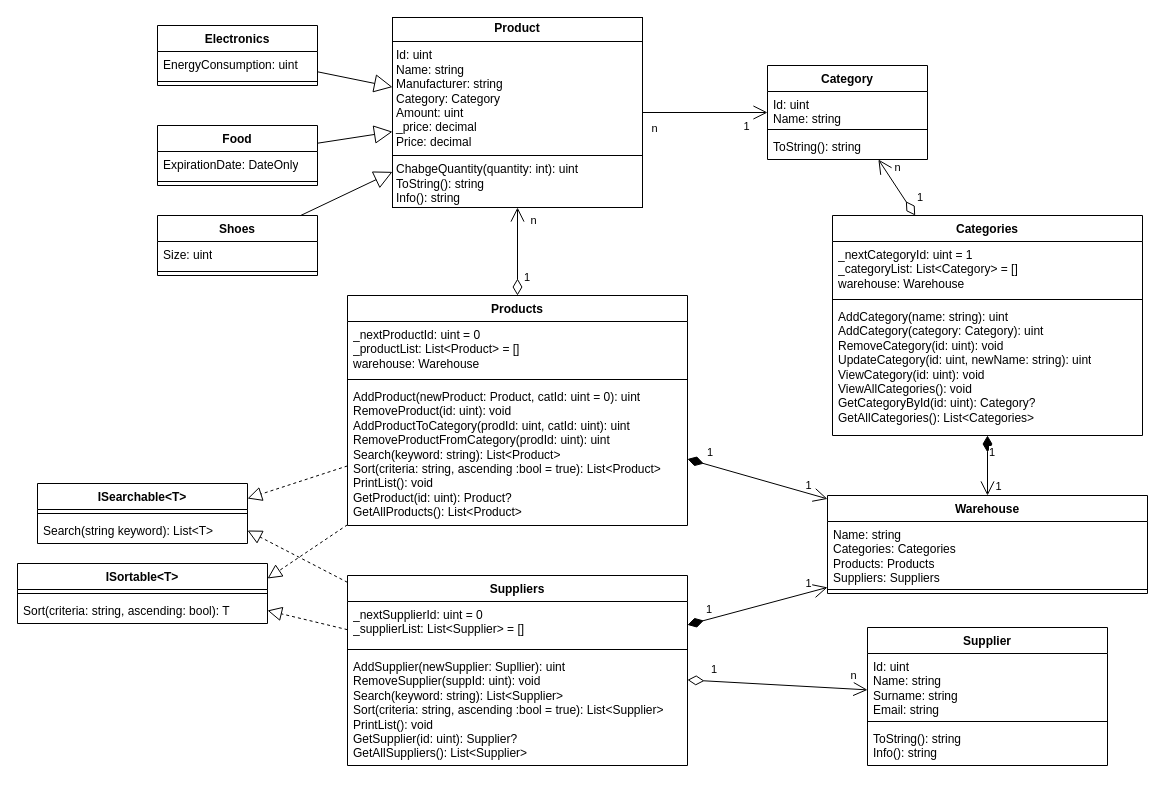
Earlier version of the draw.io diagram lab8.drawio (NIKON-942/lab8). Source tidied: cells renumbered, new cells numbered last; positions are measured from the earlier drawing's top-left corner, leaving out a move shared by most shapes. Both pictures are drawn from the tidied source at 100%, with x=0, y=0 at pixel (17, 17).
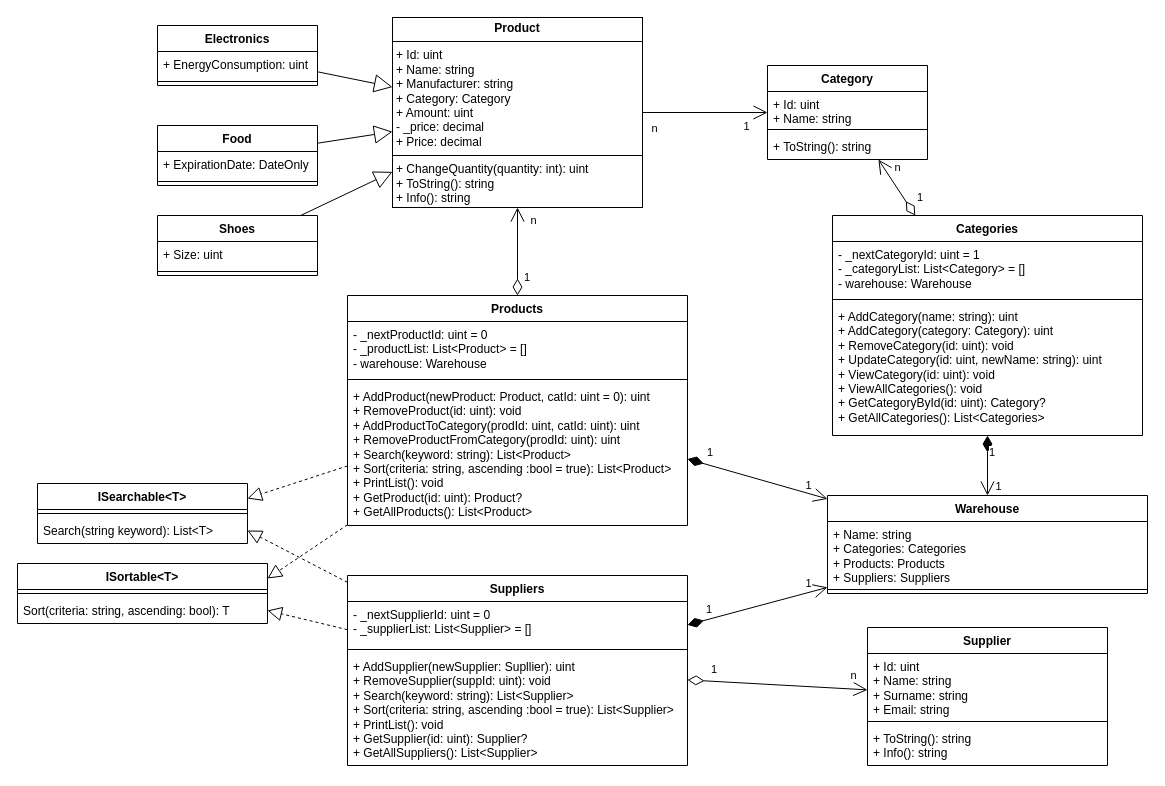
The same diagram, later.

The change refers to these unchanged cells:
```xml
<mxCell id="3" value="Electronics" style="swimlane;fontStyle=1;align=center;verticalAlign=top;horizontal=1;startSize=26;whiteSpace=wrap;html=1;" parent="1" vertex="1">
  <mxGeometry x="140" y="8" width="160" height="60" as="geometry" />
</mxCell>
<mxCell id="6" value="Food" style="swimlane;fontStyle=1;align=center;verticalAlign=top;horizontal=1;startSize=26;whiteSpace=wrap;html=1;" parent="1" vertex="1">
  <mxGeometry x="140" y="108" width="160" height="60" as="geometry" />
</mxCell>
<mxCell id="9" value="Shoes" style="swimlane;fontStyle=1;align=center;verticalAlign=top;horizontal=1;startSize=26;whiteSpace=wrap;html=1;" parent="1" vertex="1">
  <mxGeometry x="140" y="198" width="160" height="60" as="geometry" />
</mxCell>
<mxCell id="15" value="Products" style="swimlane;fontStyle=1;align=center;verticalAlign=top;horizontal=1;startSize=26;whiteSpace=wrap;html=1;" parent="1" vertex="1">
  <mxGeometry x="330" y="278" width="340" height="230" as="geometry" />
</mxCell>
<mxCell id="19" value="Supplier" style="swimlane;fontStyle=1;align=center;verticalAlign=top;horizontal=1;startSize=26;whiteSpace=wrap;html=1;" parent="1" vertex="1">
  <mxGeometry x="850" y="610" width="240" height="138" as="geometry" />
</mxCell>
<mxCell id="29" value="Category" style="swimlane;fontStyle=1;align=center;verticalAlign=top;horizontal=1;startSize=26;whiteSpace=wrap;html=1;" parent="1" vertex="1">
  <mxGeometry x="750" y="48" width="160" height="94" as="geometry" />
</mxCell>
<mxCell id="33" value="Warehouse" style="swimlane;fontStyle=1;align=center;verticalAlign=top;horizontal=1;startSize=26;whiteSpace=wrap;html=1;" parent="1" vertex="1">
  <mxGeometry x="810" y="478" width="320" height="98" as="geometry" />
</mxCell>
<mxCell id="36" value="Suppliers" style="swimlane;fontStyle=1;align=center;verticalAlign=top;horizontal=1;startSize=26;whiteSpace=wrap;html=1;" parent="1" vertex="1">
  <mxGeometry x="330" y="558" width="340" height="190" as="geometry" />
</mxCell>
<mxCell id="55" value="Categories" style="swimlane;fontStyle=1;align=center;verticalAlign=top;horizontal=1;startSize=26;whiteSpace=wrap;html=1;" parent="1" vertex="1">
  <mxGeometry x="815" y="198" width="310" height="220" as="geometry" />
</mxCell>
```

The edit, as a diff of the source:
```diff
@@
-    <mxCell id="2" value="&lt;p style=&quot;margin:0px;margin-top:4px;text-align:center;&quot;&gt;&lt;b&gt;Product&lt;/b&gt;&lt;/p&gt;&lt;hr size=&quot;1&quot; style=&quot;border-style:solid;&quot;&gt;&lt;p style=&quot;margin:0px;margin-left:4px;&quot;&gt;Id: uint&lt;/p&gt;&lt;p style=&quot;margin:0px;margin-left:4px;&quot;&gt;Name: string&lt;/p&gt;&lt;p style=&quot;margin:0px;margin-left:4px;&quot;&gt;Manufacturer: string&lt;/p&gt;&lt;p style=&quot;margin:0px;margin-left:4px;&quot;&gt;Category: Category&lt;br&gt;Amount: uint&lt;/p&gt;&lt;p style=&quot;margin:0px;margin-left:4px;&quot;&gt;_price: decimal&lt;/p&gt;&lt;p style=&quot;margin:0px;margin-left:4px;&quot;&gt;Price: decimal&lt;/p&gt;&lt;hr size=&quot;1&quot; style=&quot;border-style:solid;&quot;&gt;&lt;p style=&quot;margin:0px;margin-left:4px;&quot;&gt;ChabgeQuantity(quantity: int): uint&lt;/p&gt;&lt;p style=&quot;margin:0px;margin-left:4px;&quot;&gt;ToString(): string&lt;/p&gt;&lt;p style=&quot;margin:0px;margin-left:4px;&quot;&gt;Info(): string&lt;/p&gt;" style="verticalAlign=top;align=left;overflow=fill;html=1;whiteSpace=wrap;" parent="1" vertex="1">
+    <mxCell id="2" value="&lt;p style=&quot;margin:0px;margin-top:4px;text-align:center;&quot;&gt;&lt;b&gt;Product&lt;/b&gt;&lt;/p&gt;&lt;hr size=&quot;1&quot; style=&quot;border-style:solid;&quot;&gt;&lt;p style=&quot;margin:0px;margin-left:4px;&quot;&gt;+ Id: uint&lt;/p&gt;&lt;p style=&quot;margin:0px;margin-left:4px;&quot;&gt;+ Name: string&lt;/p&gt;&lt;p style=&quot;margin:0px;margin-left:4px;&quot;&gt;+ Manufacturer: string&lt;/p&gt;&lt;p style=&quot;margin:0px;margin-left:4px;&quot;&gt;+ Category: Category&lt;br&gt;+ Amount: uint&lt;/p&gt;&lt;p style=&quot;margin:0px;margin-left:4px;&quot;&gt;- _price: decimal&lt;/p&gt;&lt;p style=&quot;margin:0px;margin-left:4px;&quot;&gt;+ Price: decimal&lt;/p&gt;&lt;hr size=&quot;1&quot; style=&quot;border-style:solid;&quot;&gt;&lt;p style=&quot;margin:0px;margin-left:4px;&quot;&gt;+ ChangeQuantity(quantity: int): uint&lt;/p&gt;&lt;p style=&quot;margin:0px;margin-left:4px;&quot;&gt;+ ToString(): string&lt;/p&gt;&lt;p style=&quot;margin:0px;margin-left:4px;&quot;&gt;+ Info(): string&lt;/p&gt;" style="verticalAlign=top;align=left;overflow=fill;html=1;whiteSpace=wrap;" parent="1" vertex="1">
       <mxGeometry x="375" width="250" height="190" as="geometry" />
     </mxCell>
@@
-    <mxCell id="4" value="EnergyConsumption: uint" style="text;strokeColor=none;fillColor=none;align=left;verticalAlign=top;spacingLeft=4;spacingRight=4;overflow=hidden;whiteSpace=wrap;html=1;" parent="3" vertex="1">
+    <mxCell id="4" value="+ EnergyConsumption: uint" style="text;strokeColor=none;fillColor=none;align=left;verticalAlign=top;spacingLeft=4;spacingRight=4;overflow=hidden;whiteSpace=wrap;html=1;" parent="3" vertex="1">
       <mxGeometry y="26" width="160" height="26" as="geometry" />
     </mxCell>
@@
-    <mxCell id="7" value="ExpirationDate: DateOnly" style="text;strokeColor=none;fillColor=none;align=left;verticalAlign=top;spacingLeft=4;spacingRight=4;overflow=hidden;whiteSpace=wrap;html=1;" parent="6" vertex="1">
+    <mxCell id="7" value="+ ExpirationDate: DateOnly" style="text;strokeColor=none;fillColor=none;align=left;verticalAlign=top;spacingLeft=4;spacingRight=4;overflow=hidden;whiteSpace=wrap;html=1;" parent="6" vertex="1">
       <mxGeometry y="26" width="160" height="26" as="geometry" />
     </mxCell>
@@
-    <mxCell id="10" value="Size: uint" style="text;strokeColor=none;fillColor=none;align=left;verticalAlign=top;spacingLeft=4;spacingRight=4;overflow=hidden;whiteSpace=wrap;html=1;" parent="9" vertex="1">
+    <mxCell id="10" value="+ Size: uint" style="text;strokeColor=none;fillColor=none;align=left;verticalAlign=top;spacingLeft=4;spacingRight=4;overflow=hidden;whiteSpace=wrap;html=1;" parent="9" vertex="1">
       <mxGeometry y="26" width="160" height="26" as="geometry" />
     </mxCell>
@@
-    <mxCell id="16" value="&lt;div&gt;_nextProductId: uint = 0&lt;/div&gt;_productList: List&amp;lt;Product&amp;gt; = []&lt;div&gt;warehouse: Warehouse&lt;/div&gt;" style="text;strokeColor=none;fillColor=none;align=left;verticalAlign=top;spacingLeft=4;spacingRight=4;overflow=hidden;whiteSpace=wrap;html=1;" parent="15" vertex="1">
+    <mxCell id="16" value="&lt;div&gt;- _nextProductId: uint = 0&lt;/div&gt;- _productList: List&amp;lt;Product&amp;gt; = []&lt;div&gt;- warehouse: Warehouse&lt;/div&gt;" style="text;strokeColor=none;fillColor=none;align=left;verticalAlign=top;spacingLeft=4;spacingRight=4;overflow=hidden;whiteSpace=wrap;html=1;" parent="15" vertex="1">
       <mxGeometry y="26" width="340" height="54" as="geometry" />
     </mxCell>
@@
-    <mxCell id="18" value="&lt;div&gt;AddProduct(newProduct: Product, catId: uint = 0): uint&lt;/div&gt;&lt;div&gt;RemoveProduct(id: uint): void&lt;/div&gt;&lt;div&gt;AddProductToCategory(prodId: uint, catId: uint): uint&lt;/div&gt;&lt;div&gt;RemoveProductFromCategory(prodId: uint): uint&lt;/div&gt;Search(keyword: string): List&amp;lt;Product&amp;gt;&lt;div&gt;Sort(criteria: string, ascending :bool = true):&amp;nbsp;&lt;span style=&quot;background-color: transparent; color: light-dark(rgb(0, 0, 0), rgb(255, 255, 255));&quot;&gt;List&amp;lt;Product&amp;gt;&lt;/span&gt;&lt;/div&gt;&lt;div&gt;PrintList(): void&lt;/div&gt;&lt;div&gt;GetProduct(id: uint): Product?&lt;/div&gt;&lt;div&gt;GetAllProducts(): List&amp;lt;Product&amp;gt;&lt;/div&gt;" style="text;strokeColor=none;fillColor=none;align=left;verticalAlign=top;spacingLeft=4;spacingRight=4;overflow=hidden;whiteSpace=wrap;html=1;" parent="15" vertex="1">
+    <mxCell id="18" value="&lt;div&gt;+ AddProduct(newProduct: Product, catId: uint = 0): uint&lt;/div&gt;&lt;div&gt;+ RemoveProduct(id: uint): void&lt;/div&gt;&lt;div&gt;+ AddProductToCategory(prodId: uint, catId: uint): uint&lt;/div&gt;&lt;div&gt;+ RemoveProductFromCategory(prodId: uint): uint&lt;/div&gt;+ Search(keyword: string): List&amp;lt;Product&amp;gt;&lt;div&gt;+ Sort(criteria: string, ascending :bool = true):&amp;nbsp;&lt;span style=&quot;background-color: transparent; color: light-dark(rgb(0, 0, 0), rgb(255, 255, 255));&quot;&gt;List&amp;lt;Product&amp;gt;&lt;/span&gt;&lt;/div&gt;&lt;div&gt;+ PrintList(): void&lt;/div&gt;&lt;div&gt;+ GetProduct(id: uint): Product?&lt;/div&gt;&lt;div&gt;+ GetAllProducts(): List&amp;lt;Product&amp;gt;&lt;/div&gt;" style="text;strokeColor=none;fillColor=none;align=left;verticalAlign=top;spacingLeft=4;spacingRight=4;overflow=hidden;whiteSpace=wrap;html=1;" parent="15" vertex="1">
       <mxGeometry y="88" width="340" height="142" as="geometry" />
     </mxCell>
@@
-    <mxCell id="20" value="Id: uint&lt;div&gt;Name: string&lt;/div&gt;&lt;div&gt;Surname: string&lt;/div&gt;&lt;div&gt;Email: string&lt;/div&gt;" style="text;strokeColor=none;fillColor=none;align=left;verticalAlign=top;spacingLeft=4;spacingRight=4;overflow=hidden;whiteSpace=wrap;html=1;" parent="19" vertex="1">
+    <mxCell id="20" value="+ Id: uint&lt;div&gt;+ Name: string&lt;/div&gt;&lt;div&gt;+ Surname: string&lt;/div&gt;&lt;div&gt;+ Email: string&lt;/div&gt;" style="text;strokeColor=none;fillColor=none;align=left;verticalAlign=top;spacingLeft=4;spacingRight=4;overflow=hidden;whiteSpace=wrap;html=1;" parent="19" vertex="1">
       <mxGeometry y="26" width="240" height="64" as="geometry" />
     </mxCell>
@@
-    <mxCell id="22" value="&lt;div&gt;ToString(): string&lt;/div&gt;Info(): string" style="text;strokeColor=none;fillColor=none;align=left;verticalAlign=top;spacingLeft=4;spacingRight=4;overflow=hidden;whiteSpace=wrap;html=1;" parent="19" vertex="1">
+    <mxCell id="22" value="&lt;div&gt;+ ToString(): string&lt;/div&gt;+ Info(): string" style="text;strokeColor=none;fillColor=none;align=left;verticalAlign=top;spacingLeft=4;spacingRight=4;overflow=hidden;whiteSpace=wrap;html=1;" parent="19" vertex="1">
       <mxGeometry y="98" width="240" height="40" as="geometry" />
     </mxCell>
@@
-    <mxCell id="30" value="Id: uint&lt;div&gt;Name: string&lt;/div&gt;" style="text;strokeColor=none;fillColor=none;align=left;verticalAlign=top;spacingLeft=4;spacingRight=4;overflow=hidden;whiteSpace=wrap;html=1;" parent="29" vertex="1">
+    <mxCell id="30" value="+ Id: uint&lt;div&gt;+ Name: string&lt;/div&gt;" style="text;strokeColor=none;fillColor=none;align=left;verticalAlign=top;spacingLeft=4;spacingRight=4;overflow=hidden;whiteSpace=wrap;html=1;" parent="29" vertex="1">
       <mxGeometry y="26" width="160" height="34" as="geometry" />
     </mxCell>
@@
-    <mxCell id="32" value="ToString(): string" style="text;strokeColor=none;fillColor=none;align=left;verticalAlign=top;spacingLeft=4;spacingRight=4;overflow=hidden;whiteSpace=wrap;html=1;" parent="29" vertex="1">
+    <mxCell id="32" value="+ ToString(): string" style="text;strokeColor=none;fillColor=none;align=left;verticalAlign=top;spacingLeft=4;spacingRight=4;overflow=hidden;whiteSpace=wrap;html=1;" parent="29" vertex="1">
       <mxGeometry y="68" width="160" height="26" as="geometry" />
     </mxCell>
@@
-    <mxCell id="34" value="Name: string&lt;div&gt;Categories: Categories&lt;/div&gt;&lt;div&gt;Products: Products&lt;/div&gt;&lt;div&gt;Suppliers: Suppliers&lt;/div&gt;" style="text;strokeColor=none;fillColor=none;align=left;verticalAlign=top;spacingLeft=4;spacingRight=4;overflow=hidden;whiteSpace=wrap;html=1;" parent="33" vertex="1">
+    <mxCell id="34" value="+ Name: string&lt;div&gt;+ Categories: Categories&lt;/div&gt;&lt;div&gt;+ Products: Products&lt;/div&gt;&lt;div&gt;+ Suppliers: Suppliers&lt;/div&gt;" style="text;strokeColor=none;fillColor=none;align=left;verticalAlign=top;spacingLeft=4;spacingRight=4;overflow=hidden;whiteSpace=wrap;html=1;" parent="33" vertex="1">
       <mxGeometry y="26" width="320" height="64" as="geometry" />
     </mxCell>
@@
-    <mxCell id="37" value="&lt;div&gt;_nextSupplierId: uint = 0&lt;/div&gt;_supplierList: List&amp;lt;Supplier&amp;gt; = []" style="text;strokeColor=none;fillColor=none;align=left;verticalAlign=top;spacingLeft=4;spacingRight=4;overflow=hidden;whiteSpace=wrap;html=1;" parent="36" vertex="1">
+    <mxCell id="37" value="&lt;div&gt;- _nextSupplierId: uint = 0&lt;/div&gt;- _supplierList: List&amp;lt;Supplier&amp;gt; = []" style="text;strokeColor=none;fillColor=none;align=left;verticalAlign=top;spacingLeft=4;spacingRight=4;overflow=hidden;whiteSpace=wrap;html=1;" parent="36" vertex="1">
       <mxGeometry y="26" width="340" height="44" as="geometry" />
     </mxCell>
@@
-    <mxCell id="39" value="&lt;div&gt;AddSupplier(newSupplier: Supllier): uint&lt;/div&gt;&lt;div&gt;RemoveSupplier(suppId: uint): void&lt;/div&gt;Search(keyword: string): List&amp;lt;Supplier&amp;gt;&lt;div&gt;Sort(criteria: string, ascending :bool = true):&amp;nbsp;&lt;span style=&quot;background-color: transparent; color: light-dark(rgb(0, 0, 0), rgb(255, 255, 255));&quot;&gt;List&amp;lt;Supplier&amp;gt;&lt;/span&gt;&lt;/div&gt;&lt;div&gt;PrintList(): void&lt;/div&gt;&lt;div&gt;GetSupplier(id: uint): Supplier?&lt;/div&gt;&lt;div&gt;GetAllSuppliers(): List&amp;lt;Supplier&amp;gt;&lt;/div&gt;" style="text;strokeColor=none;fillColor=none;align=left;verticalAlign=top;spacingLeft=4;spacingRight=4;overflow=hidden;whiteSpace=wrap;html=1;" parent="36" vertex="1">
+    <mxCell id="39" value="&lt;div&gt;+ AddSupplier(newSupplier: Supllier): uint&lt;/div&gt;&lt;div&gt;+ RemoveSupplier(suppId: uint): void&lt;/div&gt;+ Search(keyword: string): List&amp;lt;Supplier&amp;gt;&lt;div&gt;+ Sort(criteria: string, ascending :bool = true):&amp;nbsp;&lt;span style=&quot;background-color: transparent; color: light-dark(rgb(0, 0, 0), rgb(255, 255, 255));&quot;&gt;List&amp;lt;Supplier&amp;gt;&lt;/span&gt;&lt;/div&gt;&lt;div&gt;+ PrintList(): void&lt;/div&gt;&lt;div&gt;+ GetSupplier(id: uint): Supplier?&lt;/div&gt;&lt;div&gt;+ GetAllSuppliers(): List&amp;lt;Supplier&amp;gt;&lt;/div&gt;" style="text;strokeColor=none;fillColor=none;align=left;verticalAlign=top;spacingLeft=4;spacingRight=4;overflow=hidden;whiteSpace=wrap;html=1;" parent="36" vertex="1">
       <mxGeometry y="78" width="340" height="112" as="geometry" />
     </mxCell>
@@
-    <mxCell id="56" value="_nextCategoryId: uint = 1&lt;div&gt;_categoryList: List&amp;lt;Category&amp;gt; = []&lt;/div&gt;&lt;div&gt;warehouse: Warehouse&lt;/div&gt;" style="text;strokeColor=none;fillColor=none;align=left;verticalAlign=top;spacingLeft=4;spacingRight=4;overflow=hidden;whiteSpace=wrap;html=1;" parent="55" vertex="1">
+    <mxCell id="56" value="- _nextCategoryId: uint = 1&lt;div&gt;- _categoryList: List&amp;lt;Category&amp;gt; = []&lt;/div&gt;&lt;div&gt;- warehouse: Warehouse&lt;/div&gt;" style="text;strokeColor=none;fillColor=none;align=left;verticalAlign=top;spacingLeft=4;spacingRight=4;overflow=hidden;whiteSpace=wrap;html=1;" parent="55" vertex="1">
       <mxGeometry y="26" width="310" height="54" as="geometry" />
     </mxCell>
@@
-    <mxCell id="58" value="&lt;div&gt;AddCategory(name: string): uint&lt;/div&gt;&lt;div&gt;AddCategory(category: Category): uint&lt;/div&gt;&lt;div&gt;RemoveCategory(id: uint): void&lt;/div&gt;&lt;div&gt;UpdateCategory(id: uint, newName: string): uint&lt;/div&gt;&lt;div&gt;ViewCategory(id: uint): void&lt;/div&gt;&lt;div&gt;ViewAllCategories(): void&lt;/div&gt;&lt;div&gt;GetCategoryById(id: uint): Category?&lt;/div&gt;&lt;div&gt;GetAllCategories(): List&amp;lt;Categories&amp;gt;&lt;/div&gt;" style="text;strokeColor=none;fillColor=none;align=left;verticalAlign=top;spacingLeft=4;spacingRight=4;overflow=hidden;whiteSpace=wrap;html=1;" parent="55" vertex="1">
+    <mxCell id="58" value="&lt;div&gt;+ AddCategory(name: string): uint&lt;/div&gt;&lt;div&gt;+ AddCategory(category: Category): uint&lt;/div&gt;&lt;div&gt;+ RemoveCategory(id: uint): void&lt;/div&gt;&lt;div&gt;+ UpdateCategory(id: uint, newName: string): uint&lt;/div&gt;&lt;div&gt;+ ViewCategory(id: uint): void&lt;/div&gt;&lt;div&gt;+ ViewAllCategories(): void&lt;/div&gt;&lt;div&gt;+ GetCategoryById(id: uint): Category?&lt;/div&gt;&lt;div&gt;+ GetAllCategories(): List&amp;lt;Categories&amp;gt;&lt;/div&gt;" style="text;strokeColor=none;fillColor=none;align=left;verticalAlign=top;spacingLeft=4;spacingRight=4;overflow=hidden;whiteSpace=wrap;html=1;" parent="55" vertex="1">
       <mxGeometry y="88" width="310" height="132" as="geometry" />
     </mxCell>
```
